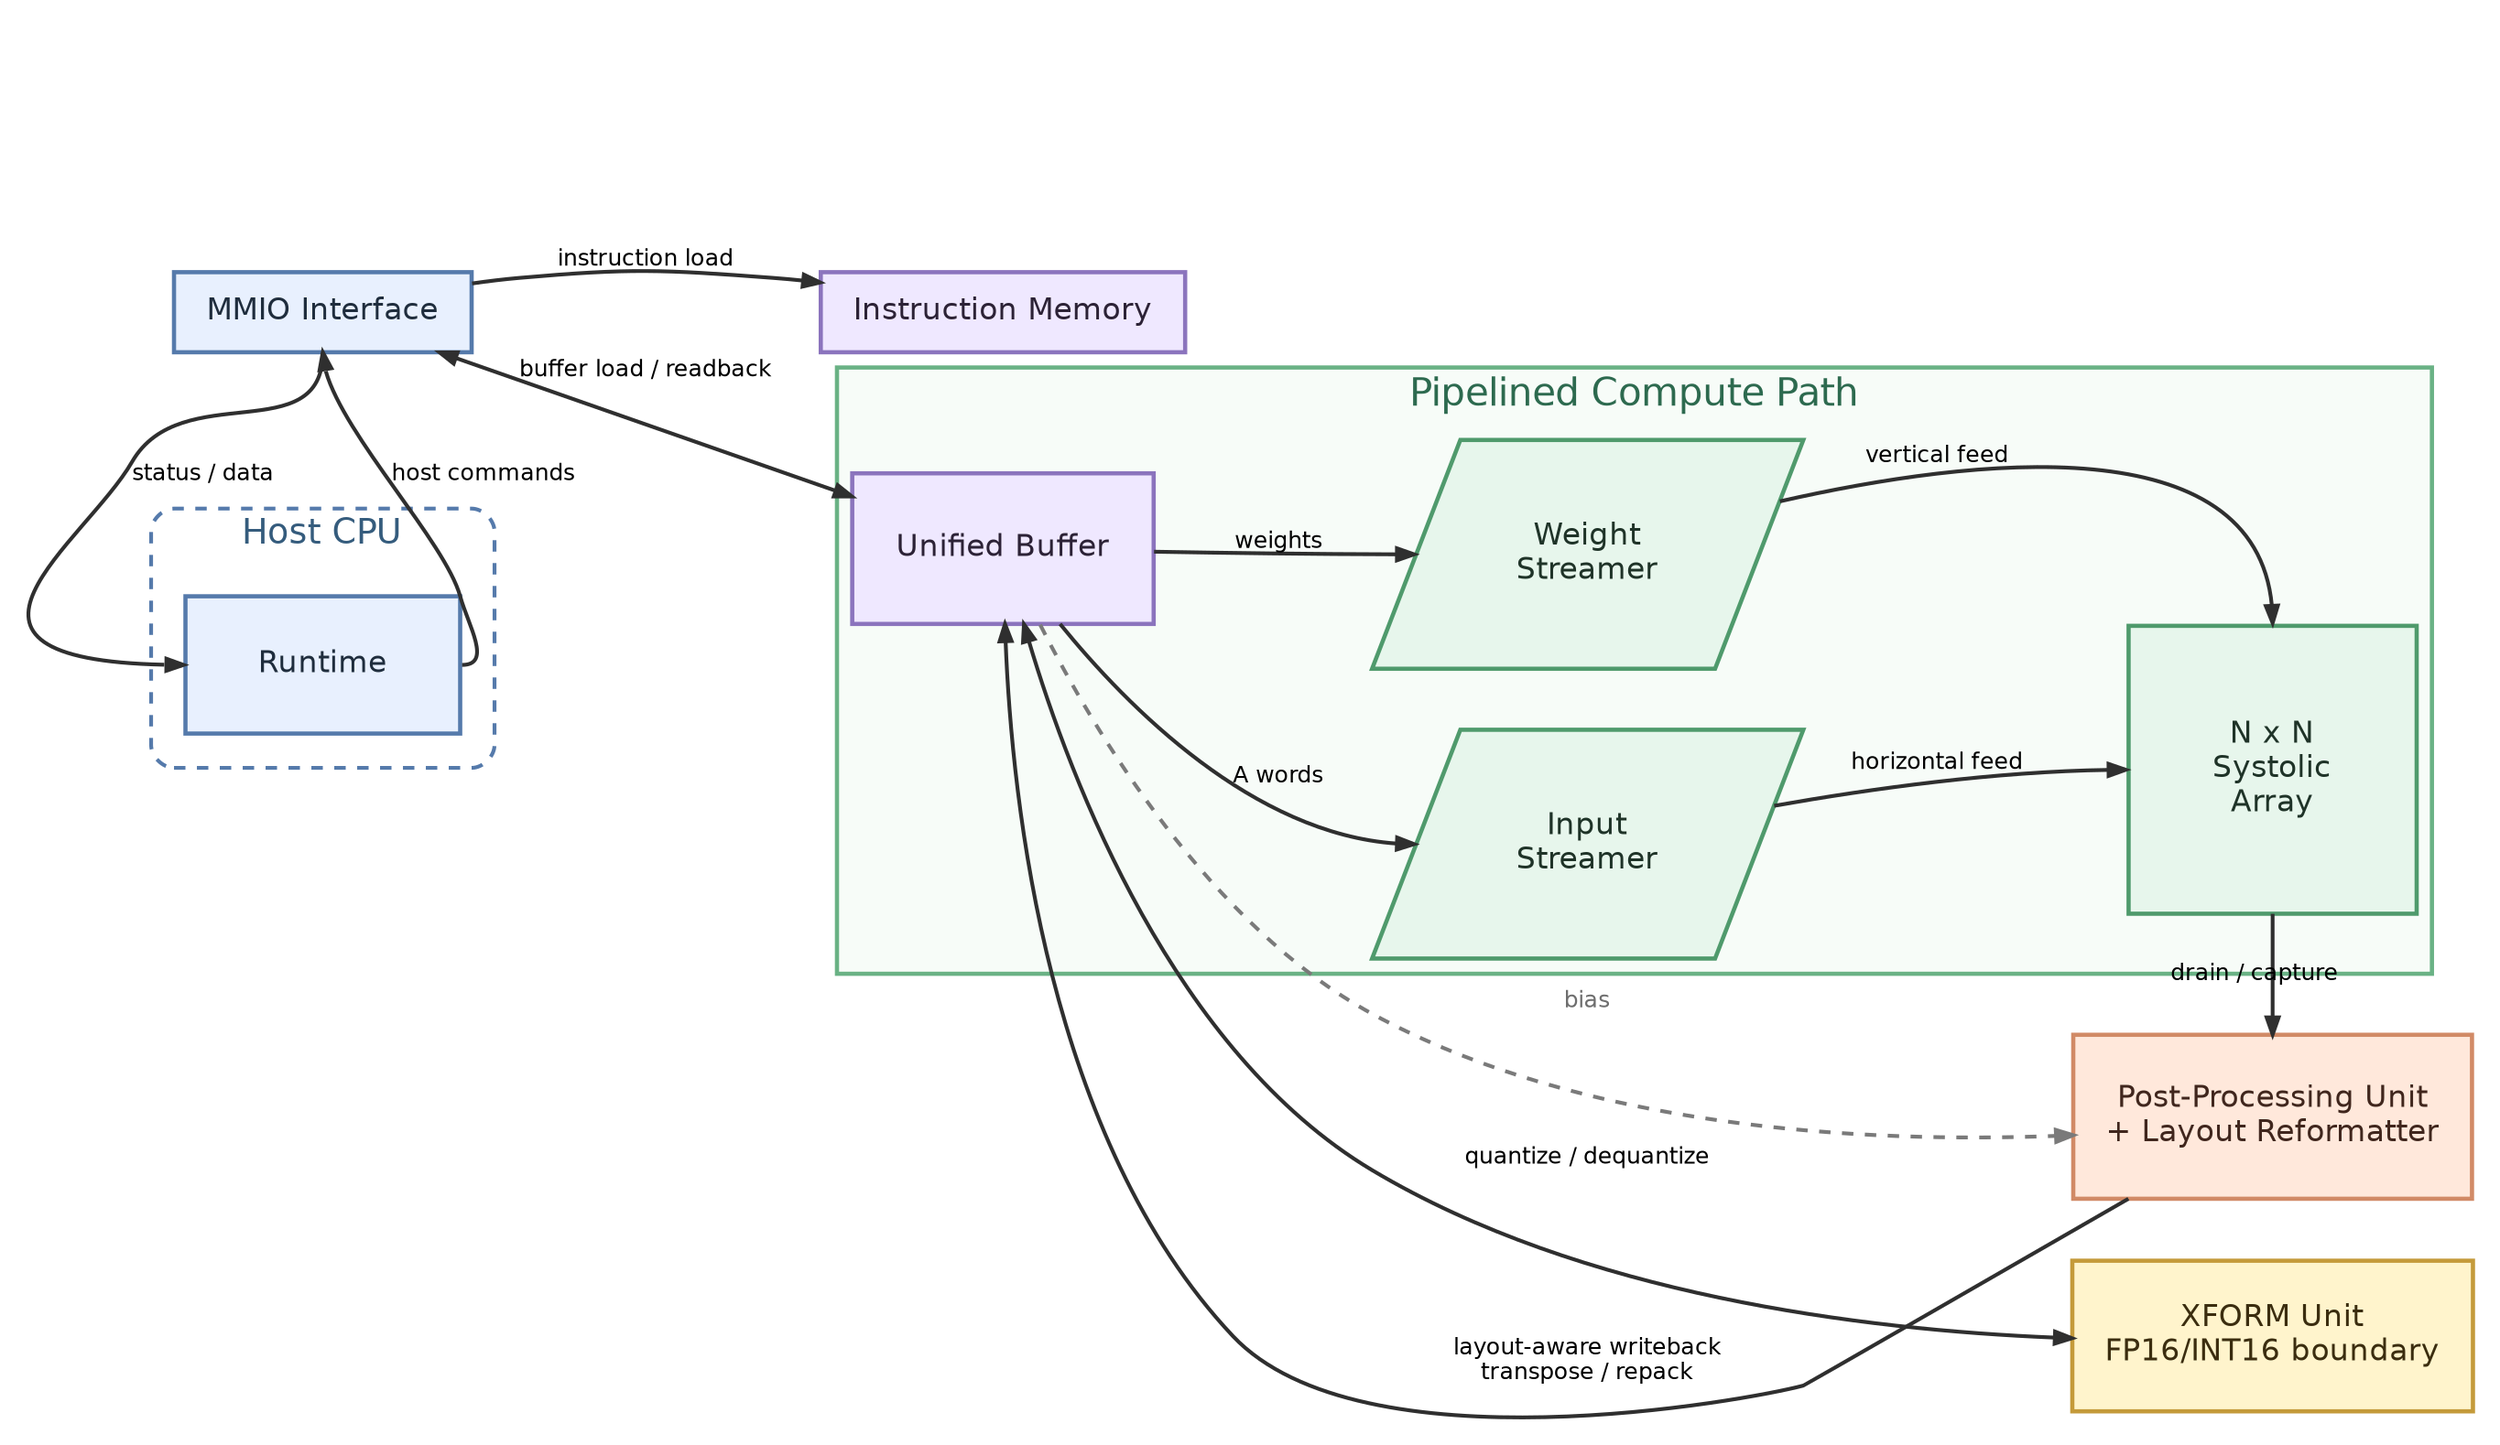
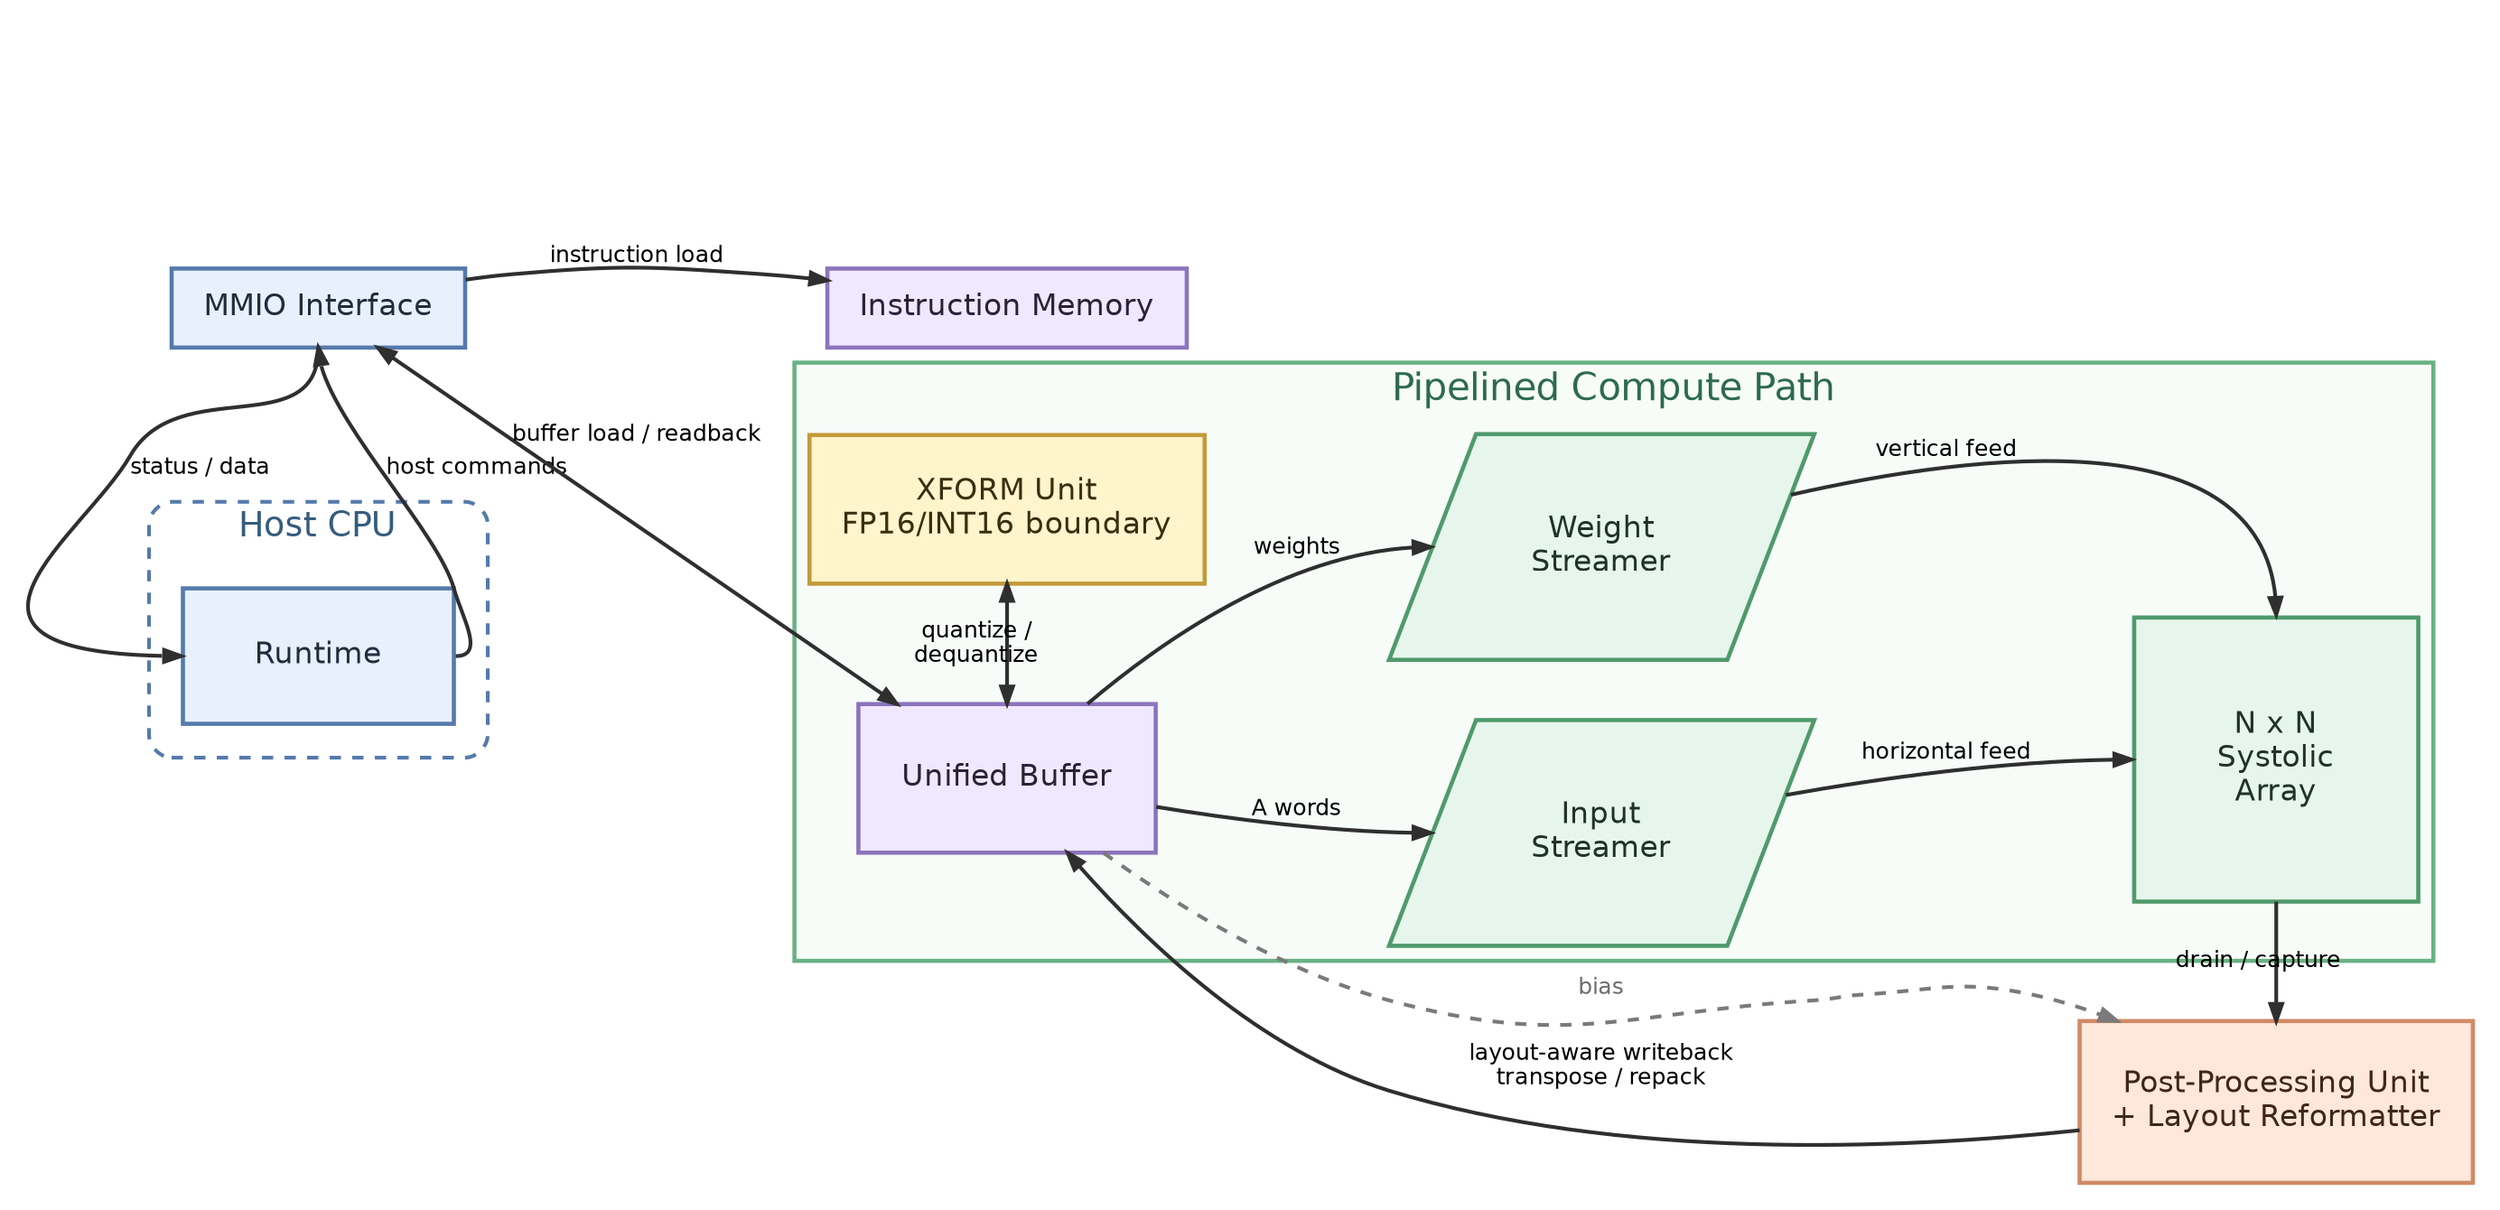
digraph TinyNPUArchitecture {
    graph [
        rankdir=LR,
        newrank=true,
        splines=true,
        pad=0.2,
        nodesep=0.45,
        ranksep=0.7,
        bgcolor="white",
        fontname="Helvetica",
        fontsize=20
    ];

    node [
        shape=box,
        style="filled",
        fontname="Helvetica",
        fontsize=16,
        penwidth=2.2,
        margin="0.24,0.16"
    ];

    edge [
        fontname="Helvetica",
        fontsize=12,
        color="#2f2f2f",
        penwidth=2.0,
        arrowsize=0.9,
        labeldistance=2.0
    ];

    subgraph cluster_hostcpu {
        label="Host CPU";
        color="#557aab";
        penwidth=2.0;
        style="rounded,dashed";
        fillcolor="white";
        fontcolor="#355c7d";
        fontsize=18;
        margin="18,30";

        Runtime [label="Runtime", fillcolor="#e8f0fe", color="#557aab", fontcolor="#1f2d3d", width=2.0, height=1.0];
    }
    MMIO [label="MMIO Interface", fillcolor="#e8f0fe", color="#557aab", fontcolor="#1f2d3d"];
    IM [label="Instruction Memory", fillcolor="#efe8ff", color="#8b74bd", fontcolor="#2c2236"];
    RuntimeMMIOSpacer [label="", shape=point, width=0.18, height=0.01, style=invis];

    subgraph cluster_pipeline {
        label="Pipelined Compute Path";
        color="#6ab285";
        penwidth=2.2;
        style="filled";
        fillcolor="#f7fcf8";
        fontcolor="#2d6a4f";
        fontsize=20;

        UB [label="Unified Buffer", fillcolor="#efe8ff", color="#8b74bd", fontcolor="#2c2236", width=2.2, height=1.1];
+         XFORM [label="XFORM Unit\nFP16/INT16 boundary", fillcolor="#fff4cc", color="#c49a3a", fontcolor="#3b2d0f", width=2.4, height=1.1];
        InStream [label="Input\nStreamer", shape=parallelogram, skew=0.4, fillcolor="#e7f6ec", color="#4f9a6c", fontcolor="#1f3328", width=2.0, height=1.1];
        WtStream [label="Weight\nStreamer", shape=parallelogram, skew=0.4, fillcolor="#e7f6ec", color="#4f9a6c", fontcolor="#1f3328", width=2.0, height=1.1];
        SA [label="N x N\nSystolic\nArray", shape=box, width=2.1, height=2.1, fixedsize=true, fillcolor="#e7f6ec", color="#4f9a6c", fontcolor="#1f3328"];

+         UB -> XFORM [dir=both, label="quantize /\ndequantize"];
        UB -> InStream:w [label="A words"];
        UB -> WtStream:w [label="weights"];
        InStream -> SA:w [label="horizontal feed"];
        WtStream -> SA:n [label="vertical feed"];
    }

    PPU [label="Post-Processing Unit\n+ Layout Reformatter", fillcolor="#ffe8db", color="#d18a66", fontcolor="#40261d", width=2.6, height=1.2];
-     XFORM [label="XFORM Unit\nFP16/INT16 boundary", fillcolor="#fff4cc", color="#c49a3a", fontcolor="#3b2d0f", width=2.4, height=1.1];

    { rank=min; Runtime; }
    { rank=same; Runtime; RuntimeMMIOSpacer; MMIO; }
-     { rank=same; IM; UB; }
-     { rank=same; SA; PPU; XFORM; }
+     { rank=same; IM; UB; XFORM; }
+     { rank=same; SA; PPU; }

    Runtime:e -> MMIO:s [minlen=2, label="host commands"];
    MMIO:s -> Runtime:w [minlen=2, label="status / data"];
    MMIO -> IM [label="instruction load"];
    MMIO -> UB [dir=both, label="buffer load / readback"];
    SA -> PPU [label="drain / capture", minlen=1];
    UB -> PPU [constraint=false, style=dashed, label="bias", fontcolor="#6e6e6e", color="#7a7a7a"];
    PPU -> UB [constraint=false, label="layout-aware writeback\ntranspose / repack"];
-     UB -> XFORM [constraint=false, dir=both, label="quantize / dequantize"];

    Runtime -> RuntimeMMIOSpacer [style=invis, minlen=2];
    RuntimeMMIOSpacer -> MMIO [style=invis, minlen=2];
    MMIO -> IM [style=invis, weight=40];
    IM -> UB [style=invis, weight=20];
}
